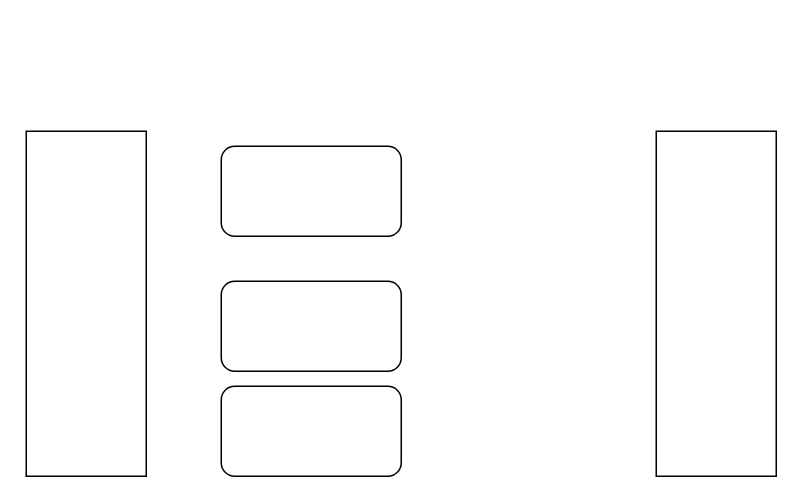
The draw.io diagram project01/Untitled Diagram.drawio in wilson9898/firstgitproject, before the edit. Source tidied: cells renumbered, new cells numbered last; positions are measured from the earlier drawing's top-left corner, leaving out a move shared by most shapes. Both pictures are drawn from the tidied source at 150%, with x=0, y=0 at pixel (26, 130).
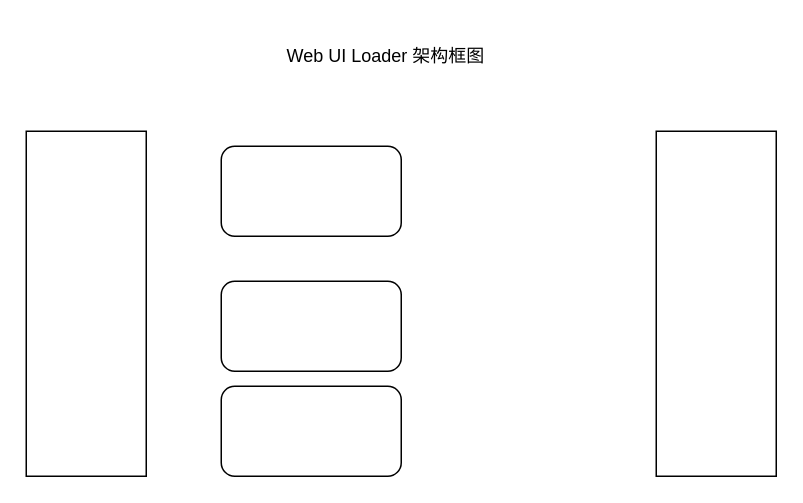
Above is the later version.

What changed in the source:
```diff
@@
 <mxGraphModel>
   <root>
     <mxCell id="0" />
     <mxCell id="1" parent="0" />
     <mxCell id="2" style="rounded=0;whiteSpace=wrap;html=1;" parent="1" vertex="1">
       <mxGeometry width="80" height="230" as="geometry" />
     </mxCell>
     <mxCell id="3" style="rounded=1;whiteSpace=wrap;html=1;" parent="1" vertex="1">
       <mxGeometry x="130" y="10" width="120" height="60" as="geometry" />
     </mxCell>
     <mxCell id="4" style="rounded=1;whiteSpace=wrap;html=1;" parent="1" vertex="1">
       <mxGeometry x="130" y="100" width="120" height="60" as="geometry" />
     </mxCell>
     <mxCell id="5" style="rounded=1;whiteSpace=wrap;html=1;" parent="1" vertex="1">
       <mxGeometry x="130" y="170" width="120" height="60" as="geometry" />
     </mxCell>
     <mxCell id="6" style="rounded=0;whiteSpace=wrap;html=1;" parent="1" vertex="1">
       <mxGeometry x="420" width="80" height="230" as="geometry" />
     </mxCell>
+    <mxCell id="7" value="&lt;div&gt;Web UI Loader 架构框图&lt;/div&gt;" style="text;html=1;strokeColor=none;fillColor=none;align=center;verticalAlign=middle;whiteSpace=wrap;rounded=0;" parent="1" vertex="1">
+      <mxGeometry x="160" y="-70" width="160" height="40" as="geometry" />
+    </mxCell>
   </root>
 </mxGraphModel>
```
